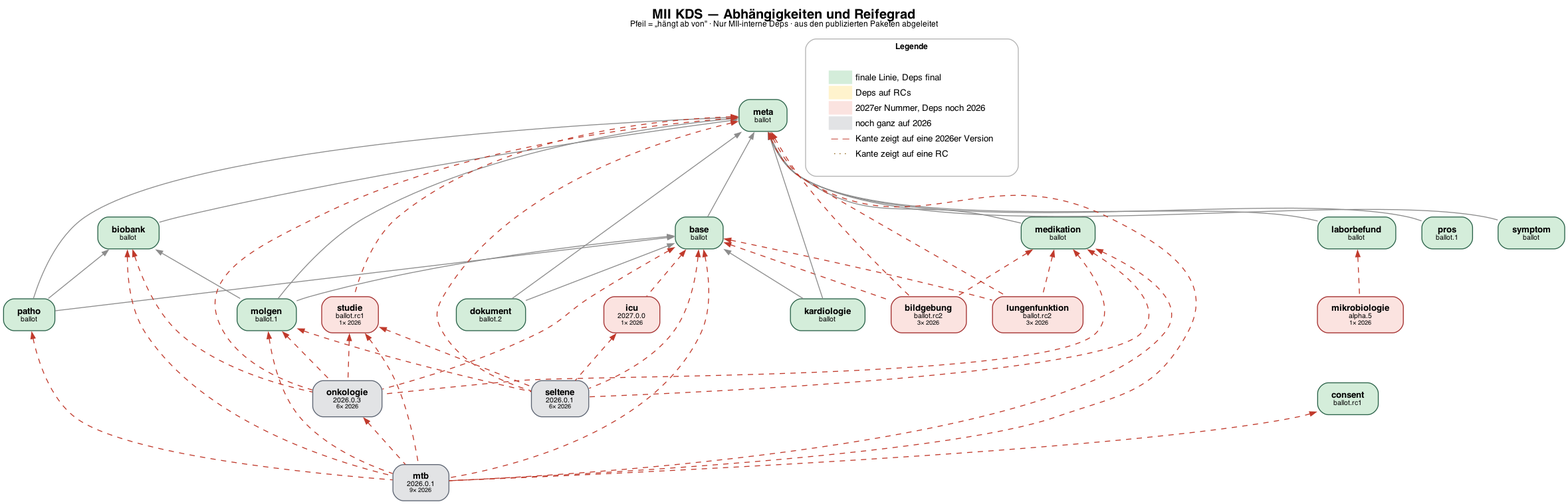
Before: status/dependency-graph.png, a diagram exported from Graphviz (medizininformatik-initiative/kerndatensatz-complete). Its source is kept beside it as status/dependency-graph.dot.
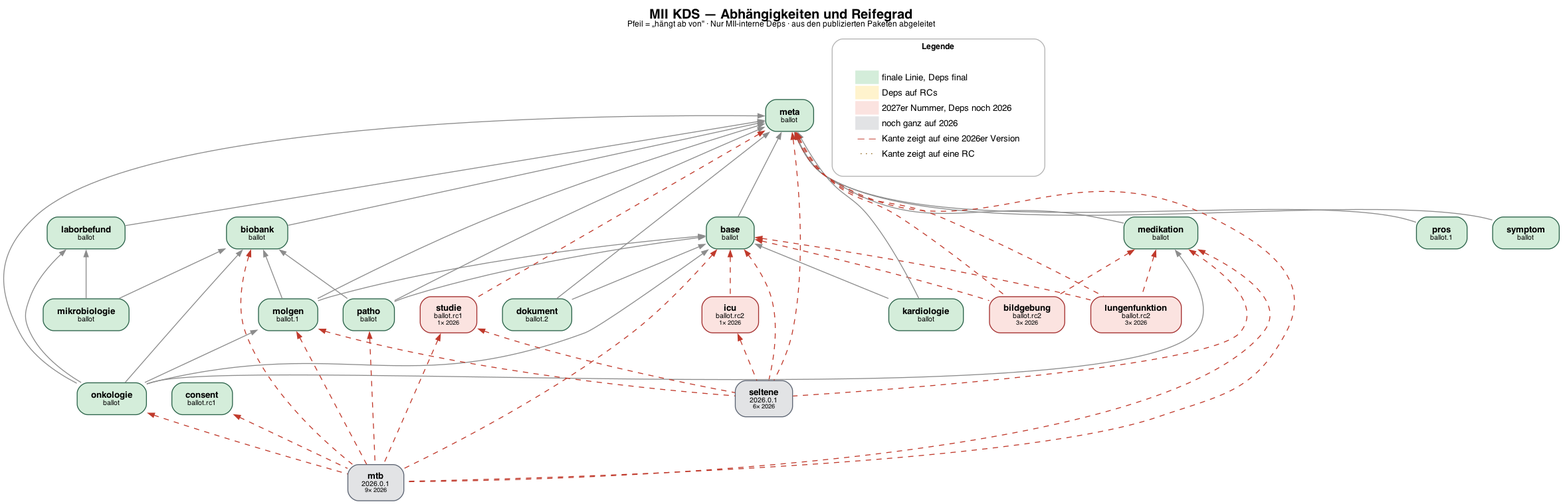
After the commit.

Change to the diagram source:
```diff
@@ -12,17 +12,17 @@
   laborbefund [label=<<B>laborbefund</B><BR/><FONT POINT-SIZE="8">ballot</FONT>>, fillcolor="#d4edda", color="#2a6249"];
   medikation [label=<<B>medikation</B><BR/><FONT POINT-SIZE="8">ballot</FONT>>, fillcolor="#d4edda", color="#2a6249"];
   meta [label=<<B>meta</B><BR/><FONT POINT-SIZE="8">ballot</FONT>>, fillcolor="#d4edda", color="#2a6249"];
+  mikrobiologie [label=<<B>mikrobiologie</B><BR/><FONT POINT-SIZE="8">ballot</FONT>>, fillcolor="#d4edda", color="#2a6249"];
   molgen [label=<<B>molgen</B><BR/><FONT POINT-SIZE="8">ballot.1</FONT>>, fillcolor="#d4edda", color="#2a6249"];
+  onkologie [label=<<B>onkologie</B><BR/><FONT POINT-SIZE="8">ballot</FONT>>, fillcolor="#d4edda", color="#2a6249"];
   patho [label=<<B>patho</B><BR/><FONT POINT-SIZE="8">ballot</FONT>>, fillcolor="#d4edda", color="#2a6249"];
   pros [label=<<B>pros</B><BR/><FONT POINT-SIZE="8">ballot.1</FONT>>, fillcolor="#d4edda", color="#2a6249"];
   symptom [label=<<B>symptom</B><BR/><FONT POINT-SIZE="8">ballot</FONT>>, fillcolor="#d4edda", color="#2a6249"];
   bildgebung [label=<<B>bildgebung</B><BR/><FONT POINT-SIZE="8">ballot.rc2</FONT><BR/><FONT POINT-SIZE="7">3× 2026</FONT>>, fillcolor="#fbe3e0", color="#a32e2e"];
-  icu [label=<<B>icu</B><BR/><FONT POINT-SIZE="8">2027.0.0</FONT><BR/><FONT POINT-SIZE="7">1× 2026</FONT>>, fillcolor="#fbe3e0", color="#a32e2e"];
+  icu [label=<<B>icu</B><BR/><FONT POINT-SIZE="8">ballot.rc2</FONT><BR/><FONT POINT-SIZE="7">1× 2026</FONT>>, fillcolor="#fbe3e0", color="#a32e2e"];
   lungenfunktion [label=<<B>lungenfunktion</B><BR/><FONT POINT-SIZE="8">ballot.rc2</FONT><BR/><FONT POINT-SIZE="7">3× 2026</FONT>>, fillcolor="#fbe3e0", color="#a32e2e"];
-  mikrobiologie [label=<<B>mikrobiologie</B><BR/><FONT POINT-SIZE="8">alpha.5</FONT><BR/><FONT POINT-SIZE="7">1× 2026</FONT>>, fillcolor="#fbe3e0", color="#a32e2e"];
   studie [label=<<B>studie</B><BR/><FONT POINT-SIZE="8">ballot.rc1</FONT><BR/><FONT POINT-SIZE="7">1× 2026</FONT>>, fillcolor="#fbe3e0", color="#a32e2e"];
   mtb [label=<<B>mtb</B><BR/><FONT POINT-SIZE="8">2026.0.1</FONT><BR/><FONT POINT-SIZE="7">9× 2026</FONT>>, fillcolor="#e2e3e5", color="#5c6472"];
-  onkologie [label=<<B>onkologie</B><BR/><FONT POINT-SIZE="8">2026.0.3</FONT><BR/><FONT POINT-SIZE="7">6× 2026</FONT>>, fillcolor="#e2e3e5", color="#5c6472"];
   seltene [label=<<B>seltene</B><BR/><FONT POINT-SIZE="8">2026.0.1</FONT><BR/><FONT POINT-SIZE="7">6× 2026</FONT>>, fillcolor="#e2e3e5", color="#5c6472"];
   meta -> base;
   base -> bildgebung [color="#c0392b", style=dashed];
@@ -39,7 +39,8 @@
   medikation -> lungenfunktion [color="#c0392b", style=dashed];
   meta -> lungenfunktion [color="#c0392b", style=dashed];
   meta -> medikation;
-  laborbefund -> mikrobiologie [color="#c0392b", style=dashed];
+  biobank -> mikrobiologie;
+  laborbefund -> mikrobiologie;
   base -> molgen;
   biobank -> molgen;
   meta -> molgen;
@@ -52,12 +53,12 @@
   onkologie -> mtb [color="#c0392b", style=dashed];
   patho -> mtb [color="#c0392b", style=dashed];
   studie -> mtb [color="#c0392b", style=dashed];
-  base -> onkologie [color="#c0392b", style=dashed];
-  biobank -> onkologie [color="#c0392b", style=dashed];
-  medikation -> onkologie [color="#c0392b", style=dashed];
-  meta -> onkologie [color="#c0392b", style=dashed];
-  molgen -> onkologie [color="#c0392b", style=dashed];
-  studie -> onkologie [color="#c0392b", style=dashed];
+  base -> onkologie;
+  biobank -> onkologie;
+  laborbefund -> onkologie;
+  medikation -> onkologie;
+  meta -> onkologie;
+  molgen -> onkologie;
   base -> patho;
   biobank -> patho;
   meta -> patho;
```
